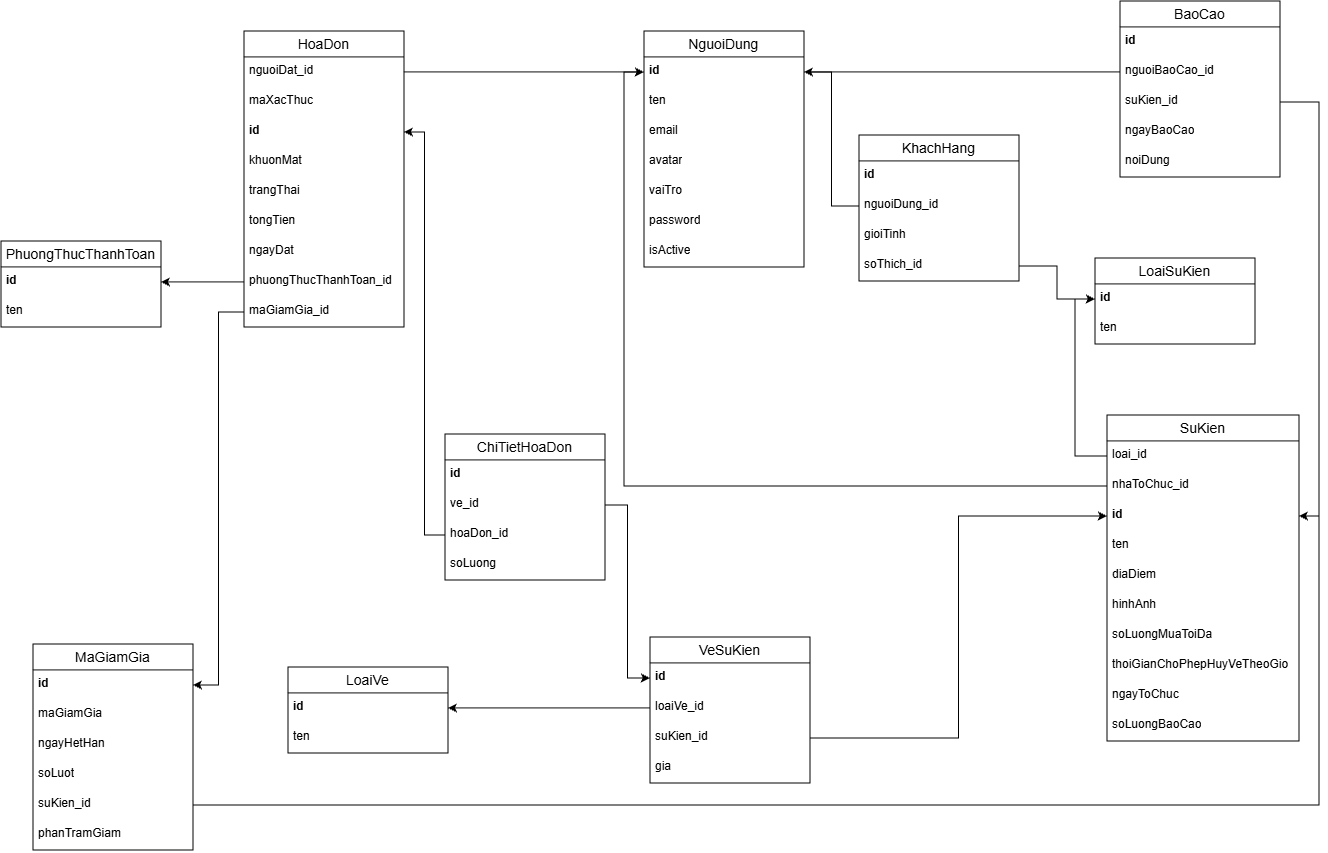
The draw.io diagram docs/db-schema.png in nganthanhphu/EzTicket, before a commit. Source tidied: cells renumbered, new cells last; positions are measured from the earlier drawing's top-left corner, leaving out a move shared by most shapes.
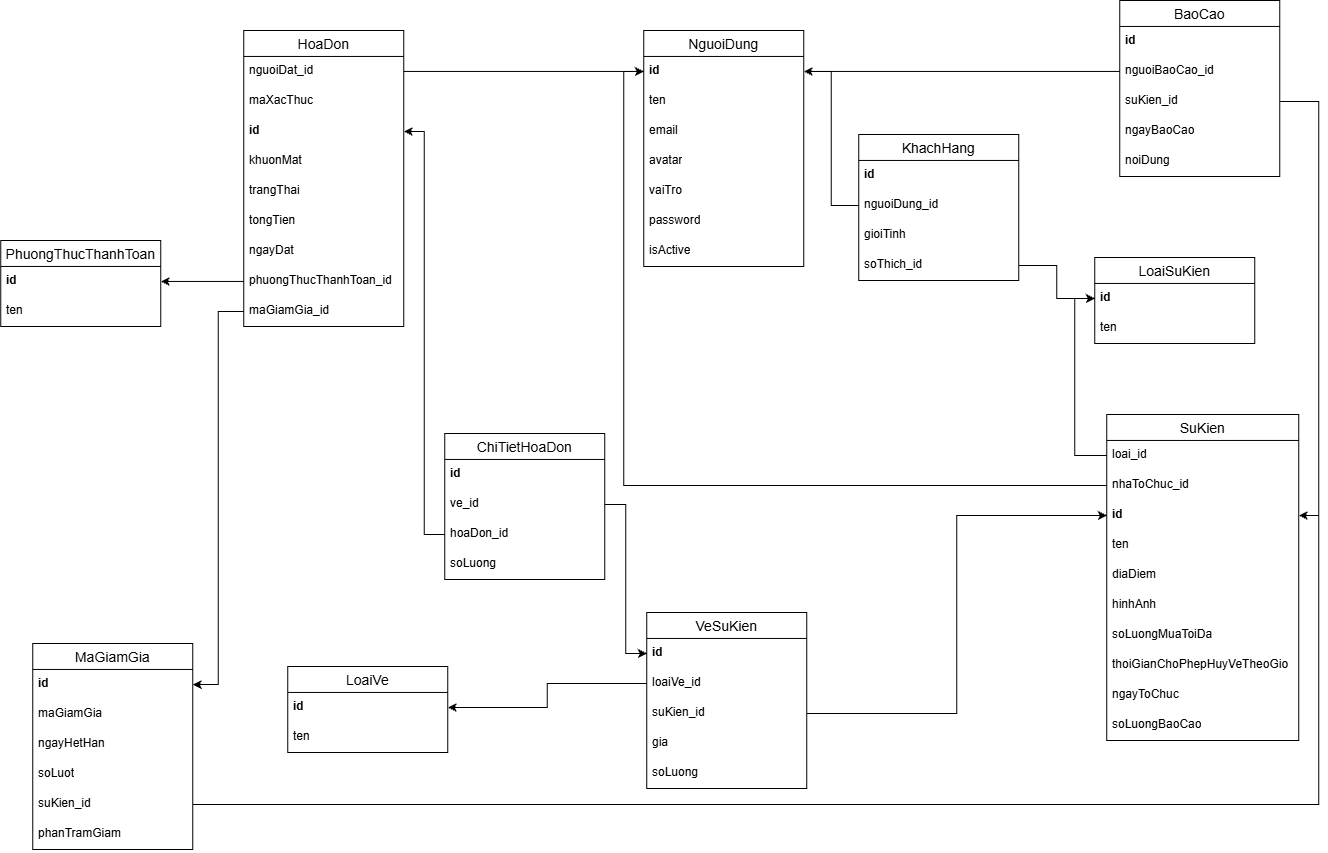
After the commit.

Commit message:
docs(EZT-8): update database schema image

Change to the diagram source:
```diff
@@ -90,7 +90,7 @@
       <mxGeometry y="296" width="192" height="30" as="geometry" />
     </mxCell>
     <mxCell id="31" value="VeSuKien" style="swimlane;fontStyle=0;horizontal=1;startSize=26;align=center;fontSize=14;" parent="1" vertex="1">
-      <mxGeometry x="649" y="636" width="160" height="146" as="geometry" />
+      <mxGeometry x="646" y="612" width="160" height="176" as="geometry" />
     </mxCell>
     <mxCell id="32" value="id" style="text;strokeColor=none;fillColor=none;spacingLeft=4;spacingRight=4;overflow=hidden;points=[[0,0.5],[1,0.5]];portConstraint=eastwest;fontSize=12;whiteSpace=wrap;html=1;fontStyle=1;" parent="31" vertex="1">
       <mxGeometry y="26" width="160" height="30" as="geometry" />
@@ -104,6 +104,9 @@
     <mxCell id="35" value="gia" style="text;strokeColor=none;fillColor=none;spacingLeft=4;spacingRight=4;overflow=hidden;fontSize=12;whiteSpace=wrap;html=1;" parent="31" vertex="1">
       <mxGeometry y="116" width="160" height="30" as="geometry" />
     </mxCell>
+    <mxCell id="82" value="soLuong" style="text;strokeColor=none;fillColor=none;spacingLeft=4;spacingRight=4;overflow=hidden;fontSize=12;whiteSpace=wrap;html=1;" parent="31" vertex="1">
+      <mxGeometry y="146" width="160" height="30" as="geometry" />
+    </mxCell>
     <mxCell id="36" value="LoaiVe" style="swimlane;fontStyle=0;horizontal=1;startSize=26;align=center;fontSize=14;" parent="1" vertex="1">
       <mxGeometry x="287" y="666" width="160" height="86" as="geometry" />
     </mxCell>
```
